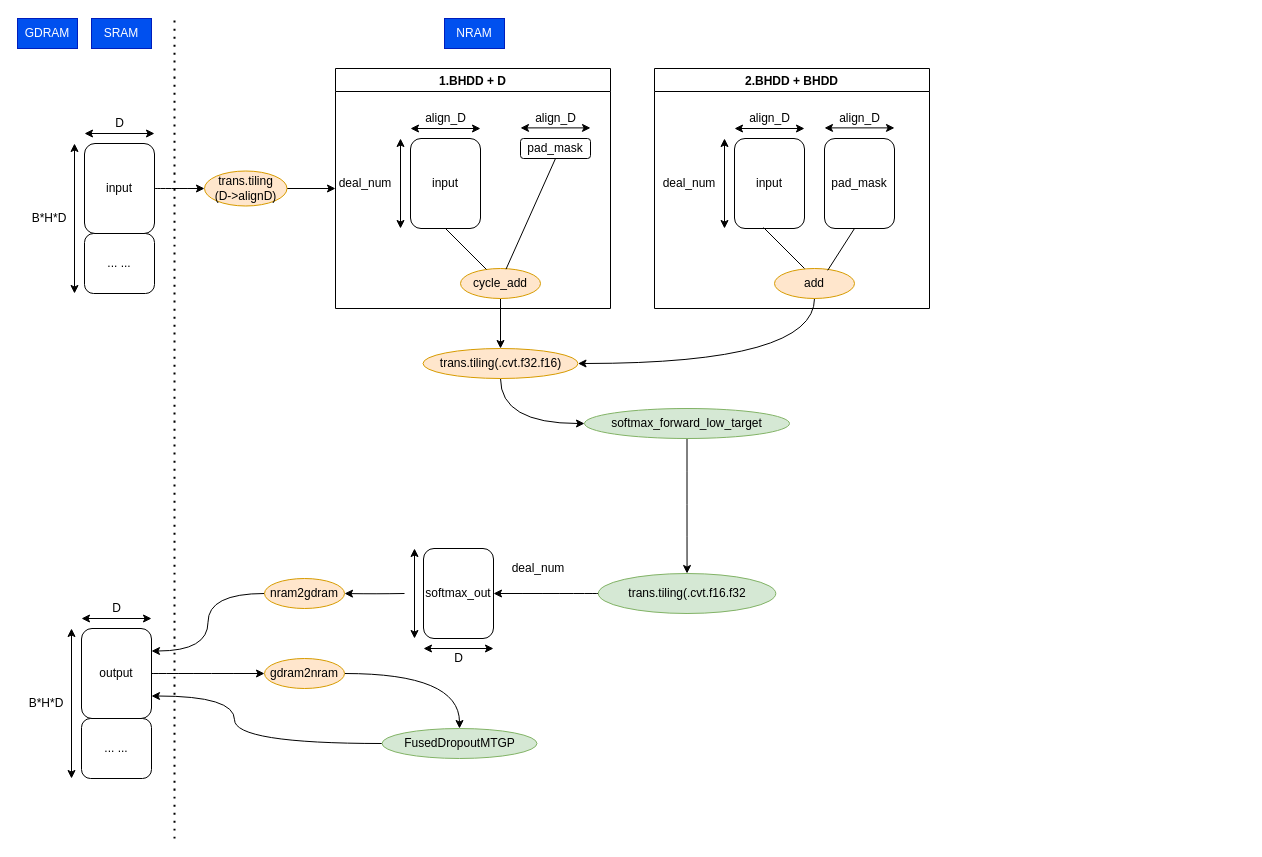
Above: 未命名绘图 (6).drawio in GuoZhiBin2014/algorithm (draw.io), before the change. Source tidied: cells renumbered, new cells numbered last; positions are measured from the earlier drawing's top-left corner, leaving out a move shared by most shapes. Both pictures are drawn from the tidied source at 100%, with x=0, y=0 at pixel (17, 18).
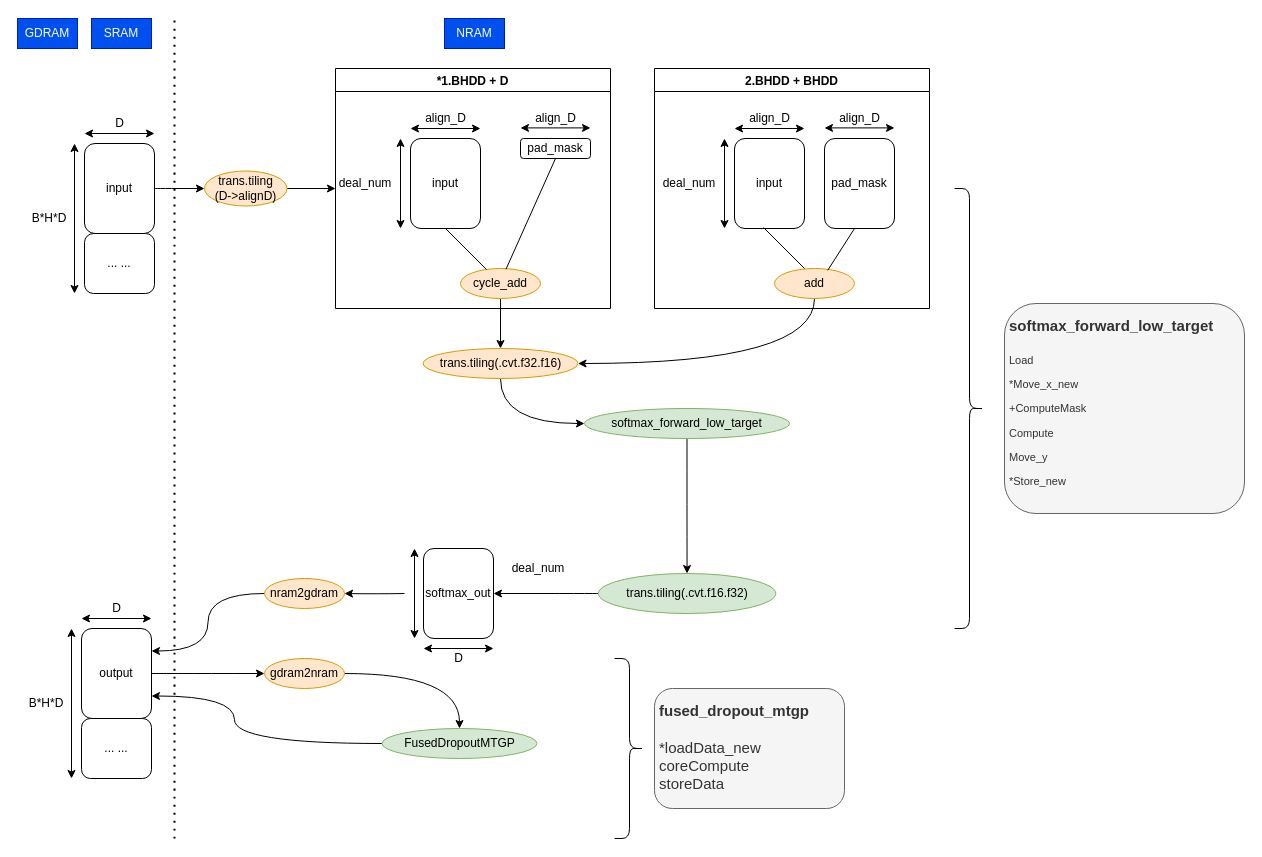
After the change.

Commit message:
更新未命名绘图 (6).drawio

Change to the diagram source:
```diff
@@
-    <mxCell id="12" value="trans.tiling(.cvt.f16.f32" style="ellipse;whiteSpace=wrap;html=1;fillColor=#d5e8d4;strokeColor=#82b366;" parent="1" vertex="1">
+    <mxCell id="12" value="trans.tiling(.cvt.f16.f32)" style="ellipse;whiteSpace=wrap;html=1;fillColor=#d5e8d4;strokeColor=#82b366;" parent="1" vertex="1">
       <mxGeometry x="580.8" y="555" width="177.5" height="40" as="geometry" />
     </mxCell>
@@
-    <mxCell id="58" value="1.BHDD + D" style="swimlane;" parent="1" vertex="1">
+    <mxCell id="58" value="*1.BHDD + D" style="swimlane;" parent="1" vertex="1">
       <mxGeometry x="318" y="50" width="275" height="240" as="geometry" />
     </mxCell>
@@
+    <mxCell id="72" value="&lt;h1 style=&quot;&quot;&gt;&lt;font style=&quot;font-size: 15px;&quot;&gt;softmax_forward_low_target&lt;/font&gt;&lt;/h1&gt;&lt;p style=&quot;font-size: 11px;&quot;&gt;Load&lt;/p&gt;&lt;p style=&quot;font-size: 11px;&quot;&gt;*Move_x_new&lt;/p&gt;&lt;p style=&quot;font-size: 11px;&quot;&gt;+ComputeMask&lt;/p&gt;&lt;p style=&quot;font-size: 11px;&quot;&gt;Compute&lt;/p&gt;&lt;p style=&quot;font-size: 11px;&quot;&gt;Move_y&lt;/p&gt;&lt;p style=&quot;font-size: 11px;&quot;&gt;*Store_new&lt;/p&gt;" style="text;html=1;strokeColor=#666666;fillColor=#f5f5f5;spacing=5;spacingTop=-20;whiteSpace=wrap;overflow=hidden;rounded=1;fontColor=#333333;" parent="1" vertex="1">
+      <mxGeometry x="987" y="285" width="240" height="210" as="geometry" />
+    </mxCell>
+    <mxCell id="73" style="shape=curlyBracket;whiteSpace=wrap;html=1;rounded=1;flipH=1;fontSize=11;" parent="1" vertex="1">
+      <mxGeometry x="937" y="170" width="30" height="440" as="geometry" />
+    </mxCell>
+    <mxCell id="74" value="&lt;h1 style=&quot;&quot;&gt;&lt;span style=&quot;font-size: 15px;&quot;&gt;fused_dropout_mtgp&lt;/span&gt;&lt;/h1&gt;&lt;div&gt;&lt;span style=&quot;font-size: 15px;&quot;&gt;*loadData_new&lt;/span&gt;&lt;/div&gt;&lt;div&gt;&lt;span style=&quot;font-size: 15px;&quot;&gt;coreCompute&lt;/span&gt;&lt;/div&gt;&lt;div&gt;&lt;span style=&quot;font-size: 15px;&quot;&gt;storeData&lt;/span&gt;&lt;/div&gt;" style="text;html=1;strokeColor=#666666;fillColor=#f5f5f5;spacing=5;spacingTop=-20;whiteSpace=wrap;overflow=hidden;rounded=1;fontColor=#333333;" parent="1" vertex="1">
+      <mxGeometry x="637" y="670" width="190" height="120" as="geometry" />
+    </mxCell>
+    <mxCell id="75" style="shape=curlyBracket;whiteSpace=wrap;html=1;rounded=1;flipH=1;fontSize=11;" parent="1" vertex="1">
+      <mxGeometry x="597" y="640" width="30" height="180" as="geometry" />
+    </mxCell>
```
